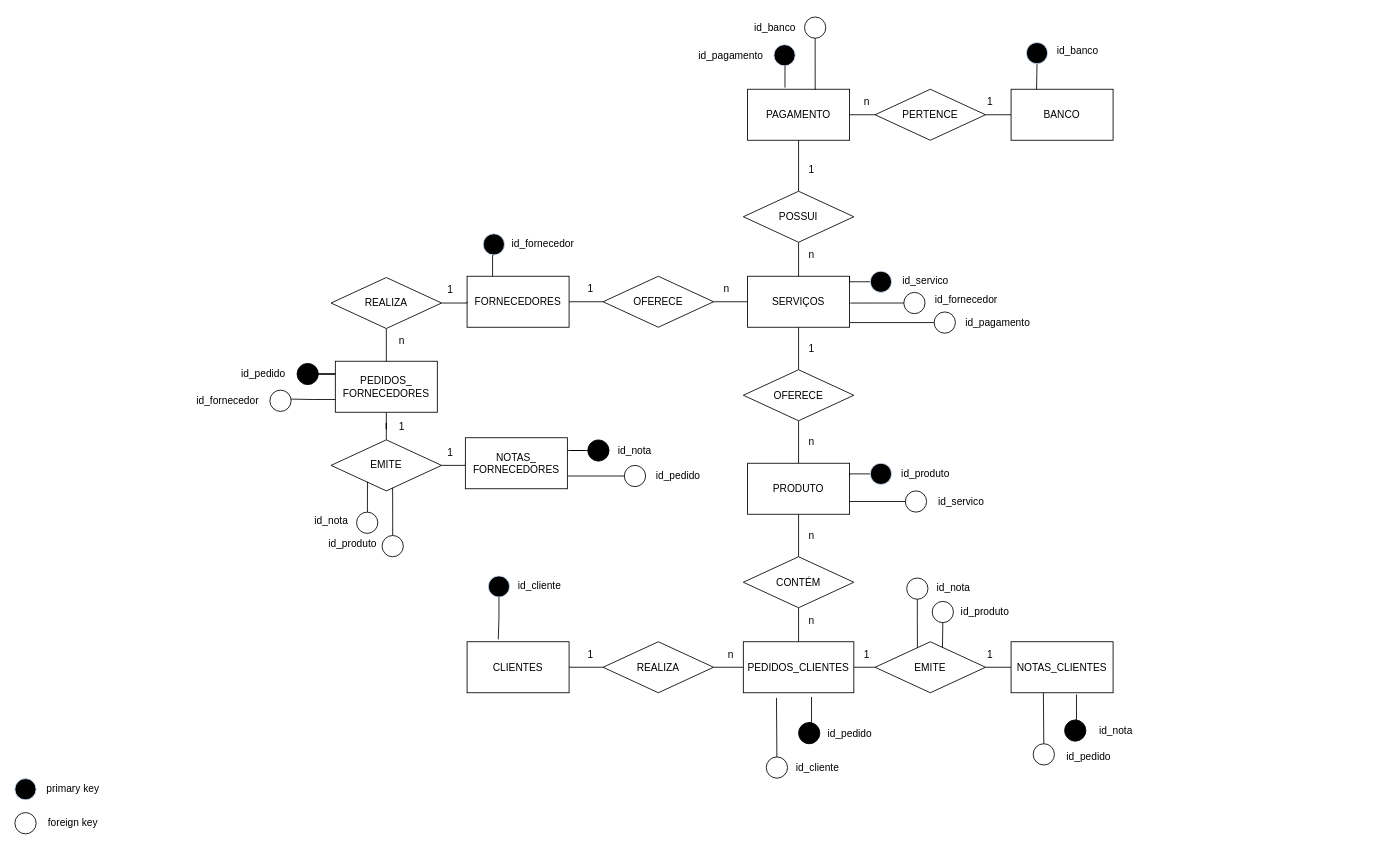
GustavoSouza123/ERDs keeps this draw.io diagram as agencia_de_turismo_DER.drawio. Above is the earlier version. Source tidied: cells renumbered, new cells numbered last; positions are measured from the earlier drawing's top-left corner, leaving out a move shared by most shapes. Both pictures are drawn from the tidied source at 85%, with x=0, y=0 at pixel (14, 14).
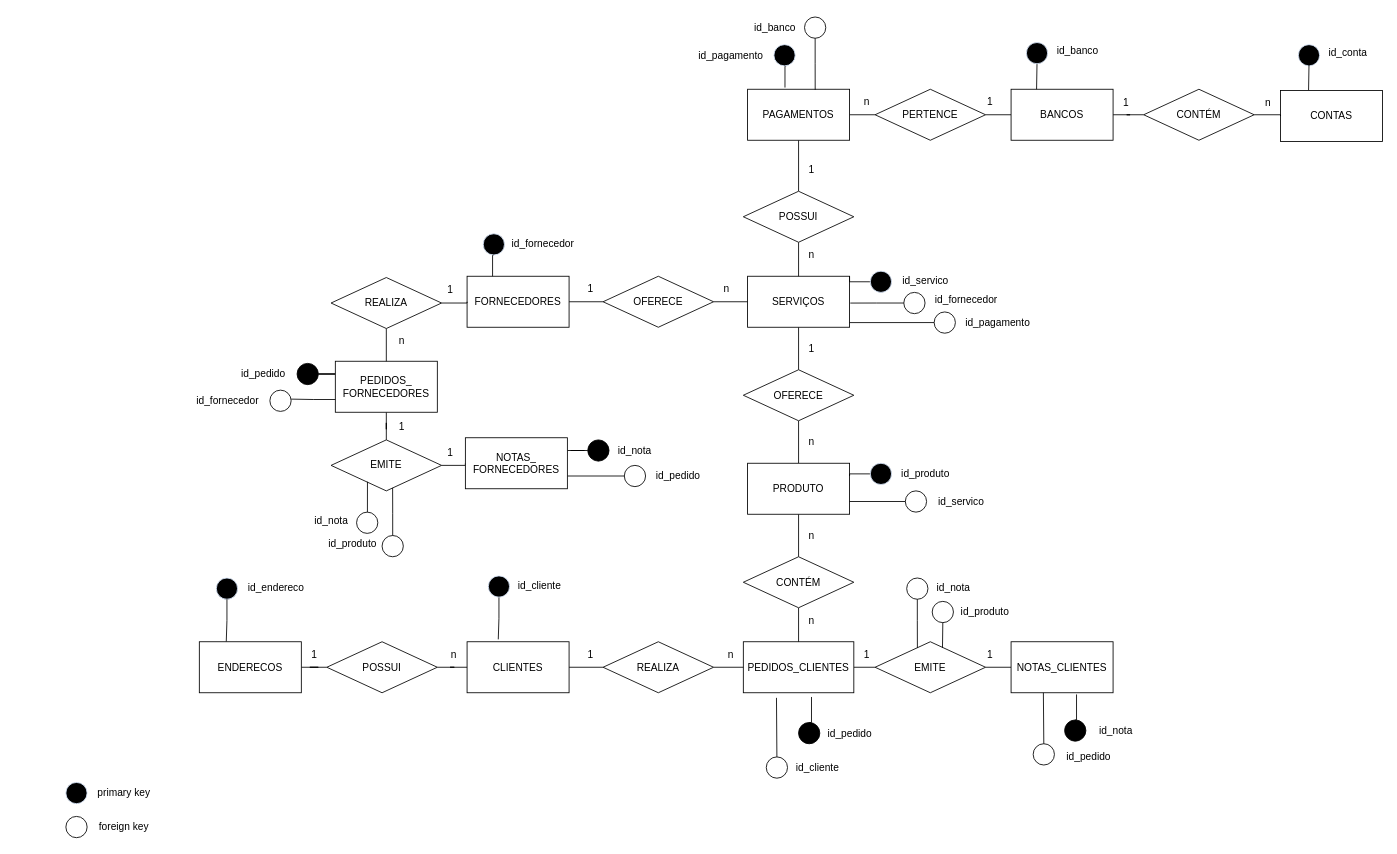
The same diagram, later.

The change refers to these unchanged cells:
```xml
<mxCell id="13" value="CLIENTES" style="rounded=0;whiteSpace=wrap;html=1;" parent="1" vertex="1">
  <mxGeometry x="532" y="737.5" width="120" height="60" as="geometry" />
</mxCell>
```

What changed in the source:
```diff
@@
-    <mxCell id="25" value="PAGAMENTO" style="rounded=0;whiteSpace=wrap;html=1;" parent="1" vertex="1">
+    <mxCell id="25" value="PAGAMENTOS" style="rounded=0;whiteSpace=wrap;html=1;" parent="1" vertex="1">
       <mxGeometry x="862" y="87.5" width="120" height="60" as="geometry" />
     </mxCell>
@@
+    <mxCell id="127" style="edgeStyle=orthogonalEdgeStyle;rounded=0;jettySize=auto;html=1;exitX=1;exitY=0.5;exitDx=0;exitDy=0;endArrow=none;endFill=0;" parent="1" edge="1" source="28" target="130">
+      <mxGeometry relative="1" as="geometry" />
+    </mxCell>
-    <mxCell id="28" value="BANCO" style="rounded=0;whiteSpace=wrap;html=1;" parent="1" vertex="1">
+    <mxCell id="28" value="BANCOS" style="rounded=0;whiteSpace=wrap;html=1;" parent="1" vertex="1">
       <mxGeometry x="1172" y="87.5" width="120" height="60" as="geometry" />
     </mxCell>
@@
     <mxCell id="92" style="ellipse;whiteSpace=wrap;html=1;fillColor=#000000;strokeColor=#DAE8FC;gradientColor=none;gradientDirection=radial;" parent="1" vertex="1">
-      <mxGeometry y="898.5" width="25" height="25" as="geometry" />
+      <mxGeometry x="60" y="903" width="25" height="25" as="geometry" />
     </mxCell>
     <mxCell id="93" style="ellipse;whiteSpace=wrap;html=1;fillColor=none;strokeColor=#000000;gradientColor=none;gradientDirection=radial;" parent="1" vertex="1">
-      <mxGeometry y="938.5" width="25" height="25" as="geometry" />
+      <mxGeometry x="60" y="943" width="25" height="25" as="geometry" />
     </mxCell>
     <mxCell id="94" value="primary key" style="text;html=1;align=center;verticalAlign=middle;strokeColor=none;fillColor=none;" parent="1" vertex="1">
-      <mxGeometry x="23" y="896" width="90" height="30" as="geometry" />
+      <mxGeometry x="83" y="900.5" width="90" height="30" as="geometry" />
     </mxCell>
     <mxCell id="95" value="foreign key" style="text;html=1;align=center;verticalAlign=middle;strokeColor=none;fillColor=none;" parent="1" vertex="1">
-      <mxGeometry x="27.5" y="936" width="80" height="30" as="geometry" />
+      <mxGeometry x="87.5" y="940.5" width="80" height="30" as="geometry" />
     </mxCell>
@@
+    <mxCell id="128" value="CONTAS" style="rounded=0;whiteSpace=wrap;html=1;" parent="1" vertex="1">
+      <mxGeometry x="1489" y="89" width="120" height="60" as="geometry" />
+    </mxCell>
+    <mxCell id="129" style="edgeStyle=orthogonalEdgeStyle;rounded=0;jettySize=auto;html=1;exitX=1;exitY=0.5;exitDx=0;exitDy=0;entryX=0;entryY=0.5;entryDx=0;entryDy=0;endArrow=none;endFill=0;" parent="1" edge="1" source="130" target="128">
+      <mxGeometry relative="1" as="geometry" />
+    </mxCell>
+    <mxCell id="130" value="CONTÉM" style="rhombus;whiteSpace=wrap;html=1;" parent="1" vertex="1">
+      <mxGeometry x="1328" y="87.5" width="130" height="60" as="geometry" />
+    </mxCell>
+    <mxCell id="131" style="ellipse;whiteSpace=wrap;html=1;fillColor=#000000;strokeColor=#DAE8FC;gradientColor=none;gradientDirection=radial;" parent="1" vertex="1">
+      <mxGeometry x="1510" y="35" width="25" height="25" as="geometry" />
+    </mxCell>
+    <mxCell id="132" value="id_conta" style="text;html=1;align=center;verticalAlign=middle;strokeColor=none;fillColor=none;" parent="1" vertex="1">
+      <mxGeometry x="1533" y="30" width="70" height="30" as="geometry" />
+    </mxCell>
+    <mxCell id="133" style="edgeStyle=orthogonalEdgeStyle;rounded=0;orthogonalLoop=1;jettySize=auto;html=1;exitX=0.5;exitY=1;exitDx=0;exitDy=0;entryX=0.25;entryY=0;entryDx=0;entryDy=0;endArrow=none;endFill=0;" parent="1" edge="1">
+      <mxGeometry relative="1" as="geometry">
+        <mxPoint x="1522.5" y="58" as="sourcePoint" />
+        <mxPoint x="1522" y="88.5" as="targetPoint" />
+      </mxGeometry>
+    </mxCell>
+    <mxCell id="134" value="n" style="text;html=1;align=center;verticalAlign=middle;strokeColor=none;fillColor=none;" parent="1" vertex="1">
+      <mxGeometry x="1459" y="89" width="30" height="30" as="geometry" />
+    </mxCell>
+    <mxCell id="135" value="1" style="text;html=1;align=center;verticalAlign=middle;strokeColor=none;fillColor=none;" parent="1" vertex="1">
+      <mxGeometry x="1292" y="89" width="30" height="30" as="geometry" />
+    </mxCell>
+    <mxCell id="136" style="edgeStyle=orthogonalEdgeStyle;rounded=0;jettySize=auto;html=1;exitX=1;exitY=0.5;exitDx=0;exitDy=0;endArrow=none;endFill=0;" parent="1" edge="1" source="137" target="13">
+      <mxGeometry relative="1" as="geometry" />
+    </mxCell>
+    <mxCell id="137" value="POSSUI" style="rhombus;whiteSpace=wrap;html=1;" parent="1" vertex="1">
+      <mxGeometry x="367" y="737.5" width="130" height="60" as="geometry" />
+    </mxCell>
+    <mxCell id="138" style="edgeStyle=orthogonalEdgeStyle;rounded=0;jettySize=auto;html=1;exitX=1;exitY=0.5;exitDx=0;exitDy=0;endArrow=none;endFill=0;" parent="1" edge="1" source="139" target="137">
+      <mxGeometry relative="1" as="geometry" />
+    </mxCell>
+    <mxCell id="139" value="ENDERECOS" style="rounded=0;whiteSpace=wrap;html=1;" parent="1" vertex="1">
+      <mxGeometry x="217" y="737.5" width="120" height="60" as="geometry" />
+    </mxCell>
+    <mxCell id="140" style="ellipse;whiteSpace=wrap;html=1;fillColor=#000000;strokeColor=#DAE8FC;gradientColor=none;gradientDirection=radial;" parent="1" vertex="1">
+      <mxGeometry x="237" y="662.5" width="25" height="25" as="geometry" />
+    </mxCell>
+    <mxCell id="141" value="id_endereco" style="text;html=1;align=center;verticalAlign=middle;strokeColor=none;fillColor=none;" parent="1" vertex="1">
+      <mxGeometry x="262" y="659" width="90" height="30" as="geometry" />
+    </mxCell>
+    <mxCell id="142" style="edgeStyle=orthogonalEdgeStyle;rounded=0;jettySize=auto;html=1;exitX=0.5;exitY=1;exitDx=0;exitDy=0;entryX=0.181;entryY=-0.005;entryDx=0;entryDy=0;entryPerimeter=0;endArrow=none;endFill=0;" parent="1" edge="1" source="140">
+      <mxGeometry relative="1" as="geometry">
+        <mxPoint x="248.7" y="737.2" as="targetPoint" />
+      </mxGeometry>
+    </mxCell>
+    <mxCell id="143" value="1" style="text;html=1;align=center;verticalAlign=middle;strokeColor=none;fillColor=none;" parent="1" vertex="1">
+      <mxGeometry x="337" y="737.5" width="30" height="30" as="geometry" />
+    </mxCell>
+    <mxCell id="144" value="n" style="text;html=1;align=center;verticalAlign=middle;strokeColor=none;fillColor=none;" parent="1" vertex="1">
+      <mxGeometry x="501" y="737.5" width="30" height="30" as="geometry" />
+    </mxCell>
```
